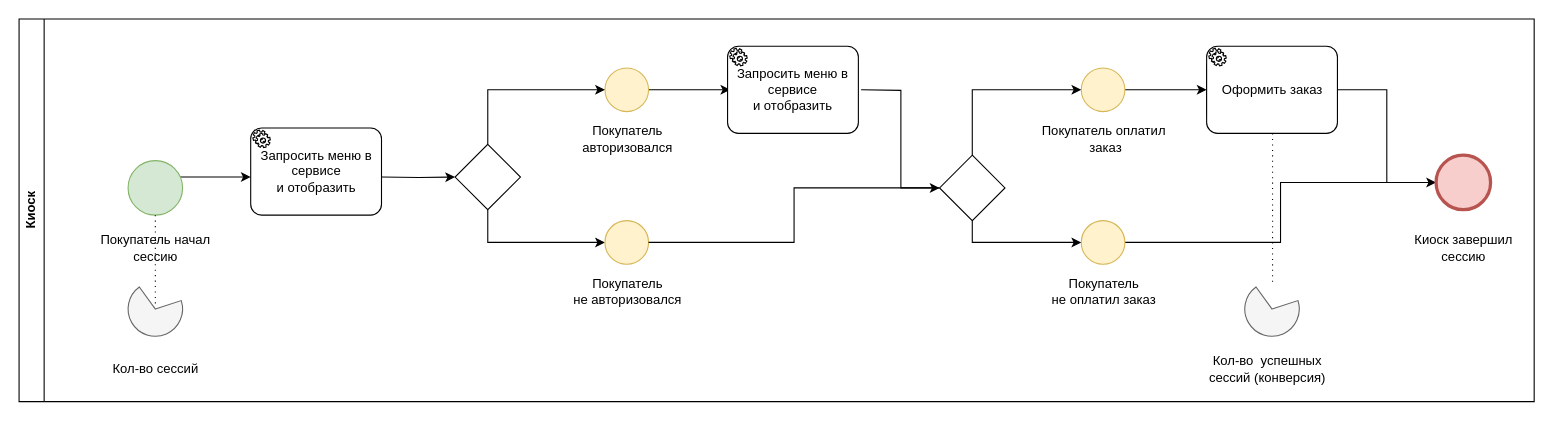
The draw.io diagram buisness_process.drawio in ArlanovCsb/responsive_menu, before the edit. Source tidied: cells renumbered, new cells numbered last; positions are measured from the earlier drawing's top-left corner, leaving out a move shared by most shapes. Both pictures are drawn from the tidied source at 109%, with x=0, y=0 at pixel (19, 19).
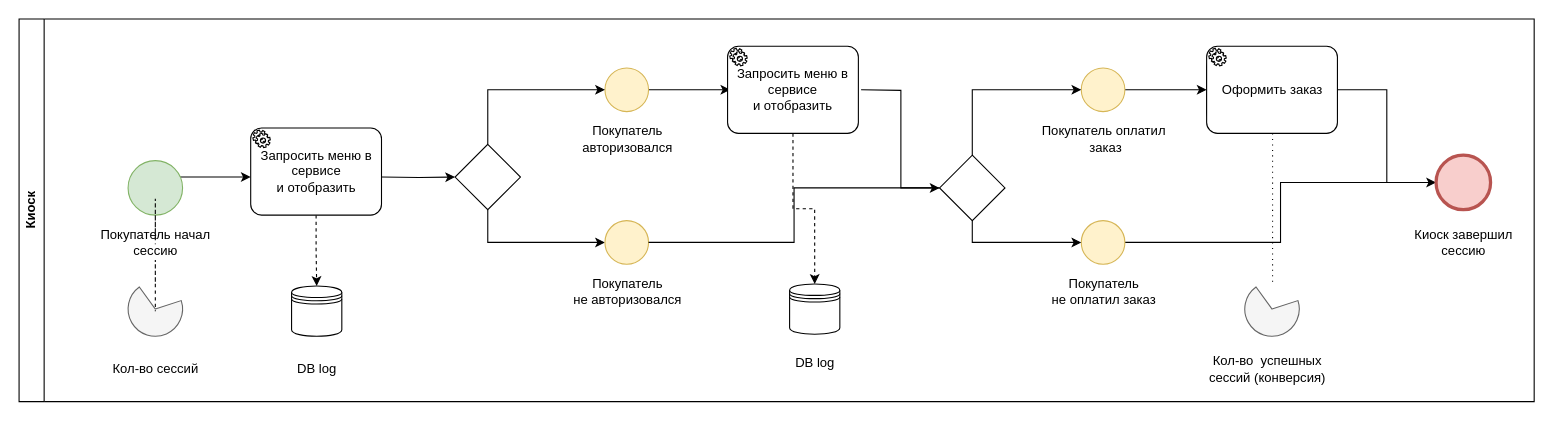
The same diagram, later.

Unchanged cells that the change refers to:
```xml
<mxCell id="2" value="Киоск" style="swimlane;horizontal=0;whiteSpace=wrap;html=1;" parent="1" vertex="1">
  <mxGeometry y="-0.1" width="1390" height="351.1" as="geometry" />
</mxCell>
<mxCell id="27" value="Запросить меню в сервисе&lt;br style=&quot;border-color: var(--border-color);&quot;&gt;и отобразить" style="points=[[0.25,0,0],[0.5,0,0],[0.75,0,0],[1,0.25,0],[1,0.5,0],[1,0.75,0],[0.75,1,0],[0.5,1,0],[0.25,1,0],[0,0.75,0],[0,0.5,0],[0,0.25,0]];shape=mxgraph.bpmn.task;whiteSpace=wrap;rectStyle=rounded;size=10;html=1;taskMarker=service;" parent="2" vertex="1">
  <mxGeometry x="212.5" y="100" width="120" height="80" as="geometry" />
</mxCell>
<mxCell id="28" value="Запросить меню в сервисе&lt;br style=&quot;border-color: var(--border-color);&quot;&gt;и отобразить" style="points=[[0.25,0,0],[0.5,0,0],[0.75,0,0],[1,0.25,0],[1,0.5,0],[1,0.75,0],[0.75,1,0],[0.5,1,0],[0.25,1,0],[0,0.75,0],[0,0.5,0],[0,0.25,0]];shape=mxgraph.bpmn.task;whiteSpace=wrap;rectStyle=rounded;size=10;html=1;taskMarker=service;" parent="2" vertex="1">
  <mxGeometry x="650" y="25" width="120" height="80" as="geometry" />
</mxCell>
<mxCell id="30" style="points=[[0.145,0.145,0],[0.5,0,0],[0.855,0.145,0],[1,0.5,0],[0.855,0.855,0],[0.5,1,0],[0.145,0.855,0],[0,0.5,0]];shape=mxgraph.bpmn.event;html=1;verticalLabelPosition=bottom;labelBackgroundColor=#ffffff;verticalAlign=top;align=center;perimeter=ellipsePerimeter;outlineConnect=0;outline=standard;symbol=general;fillColor=#d5e8d4;strokeColor=#82b366;" parent="2" vertex="1">
  <mxGeometry x="100" y="130" width="50" height="50" as="geometry" />
</mxCell>
<mxCell id="33" style="verticalLabelPosition=bottom;verticalAlign=top;html=1;shape=mxgraph.basic.pie;startAngle=0.2;endAngle=0.9;fillColor=#f5f5f5;fontColor=#333333;strokeColor=#666666;" parent="2" vertex="1">
  <mxGeometry x="100" y="241.1" width="50" height="50" as="geometry" />
</mxCell>
```

What changed in the source:
```diff
@@
-    <mxCell id="10" value="Покупатель начал &lt;br&gt;сессию" style="text;html=1;align=center;verticalAlign=middle;points=[];strokeColor=none;fillColor=none;" parent="2" vertex="1">
-      <mxGeometry x="65" y="190" width="120" height="40" as="geometry" />
-    </mxCell>
@@
     <mxCell id="24" value="Киоск завершил &lt;br&gt;сессию" style="text;html=1;align=center;verticalAlign=middle;strokeColor=none;fillColor=none;" parent="2" vertex="1">
-      <mxGeometry x="1270" y="190" width="110" height="40" as="geometry" />
+      <mxGeometry x="1270" y="185" width="110" height="40" as="geometry" />
     </mxCell>
@@
+    <mxCell id="39" style="edgeStyle=orthogonalEdgeStyle;rounded=0;jettySize=auto;html=1;entryX=0.5;entryY=0;entryDx=0;entryDy=0;dashed=1;" parent="2" edge="1" source="27" target="40">
+      <mxGeometry relative="1" as="geometry" />
+    </mxCell>
@@
-    <mxCell id="35" style="edgeStyle=elbowEdgeStyle;fontSize=12;html=1;endFill=0;startFill=0;endSize=6;startSize=6;dashed=1;dashPattern=1 4;endArrow=none;startArrow=none;rounded=0;exitX=0.5;exitY=1;exitDx=0;exitDy=0;exitPerimeter=0;entryX=0.48;entryY=0.46;entryDx=0;entryDy=0;entryPerimeter=0;" parent="2" edge="1" source="30" target="33">
-      <mxGeometry relative="1" as="geometry" />
-    </mxCell>
@@
+    <mxCell id="40" style="shape=datastore;html=1;labelPosition=center;verticalLabelPosition=bottom;align=center;verticalAlign=top;" parent="2" vertex="1">
+      <mxGeometry x="250" y="245" width="46.1" height="46.1" as="geometry" />
+    </mxCell>
+    <mxCell id="41" value="DB log" style="text;html=1;align=center;verticalAlign=middle;strokeColor=none;fillColor=none;" parent="2" vertex="1">
+      <mxGeometry x="243.1" y="306.1" width="60" height="30" as="geometry" />
+    </mxCell>
+    <mxCell id="42" style="edgeStyle=orthogonalEdgeStyle;rounded=0;jettySize=auto;html=1;entryX=0.5;entryY=0.54;entryDx=0;entryDy=0;entryPerimeter=0;endArrow=none;endFill=0;dashed=1;" parent="2" edge="1" source="10" target="33">
+      <mxGeometry relative="1" as="geometry" />
+    </mxCell>
+    <mxCell id="43" style="edgeStyle=orthogonalEdgeStyle;rounded=0;jettySize=auto;html=1;entryX=0.5;entryY=0.54;entryDx=0;entryDy=0;entryPerimeter=0;endArrow=none;endFill=0;dashed=1;" parent="2" edge="1" source="30" target="10">
+      <mxGeometry relative="1" as="geometry" />
+    </mxCell>
+    <mxCell id="10" value="Покупатель начал &lt;br&gt;сессию" style="text;html=1;align=center;verticalAlign=middle;points=[];strokeColor=none;fillColor=none;" parent="2" vertex="1">
+      <mxGeometry x="65" y="185" width="120" height="40" as="geometry" />
+    </mxCell>
+    <mxCell id="44" style="edgeStyle=orthogonalEdgeStyle;rounded=0;jettySize=auto;html=1;entryX=0.5;entryY=0;entryDx=0;entryDy=0;dashed=1;" parent="2" edge="1" source="28" target="45">
+      <mxGeometry relative="1" as="geometry" />
+    </mxCell>
+    <mxCell id="45" style="shape=datastore;html=1;labelPosition=center;verticalLabelPosition=bottom;align=center;verticalAlign=top;" parent="2" vertex="1">
+      <mxGeometry x="706.9" y="243.1" width="46.1" height="46.1" as="geometry" />
+    </mxCell>
+    <mxCell id="46" value="DB log" style="text;html=1;align=center;verticalAlign=middle;strokeColor=none;fillColor=none;" parent="2" vertex="1">
+      <mxGeometry x="700" y="301.1" width="60" height="30" as="geometry" />
+    </mxCell>
```
